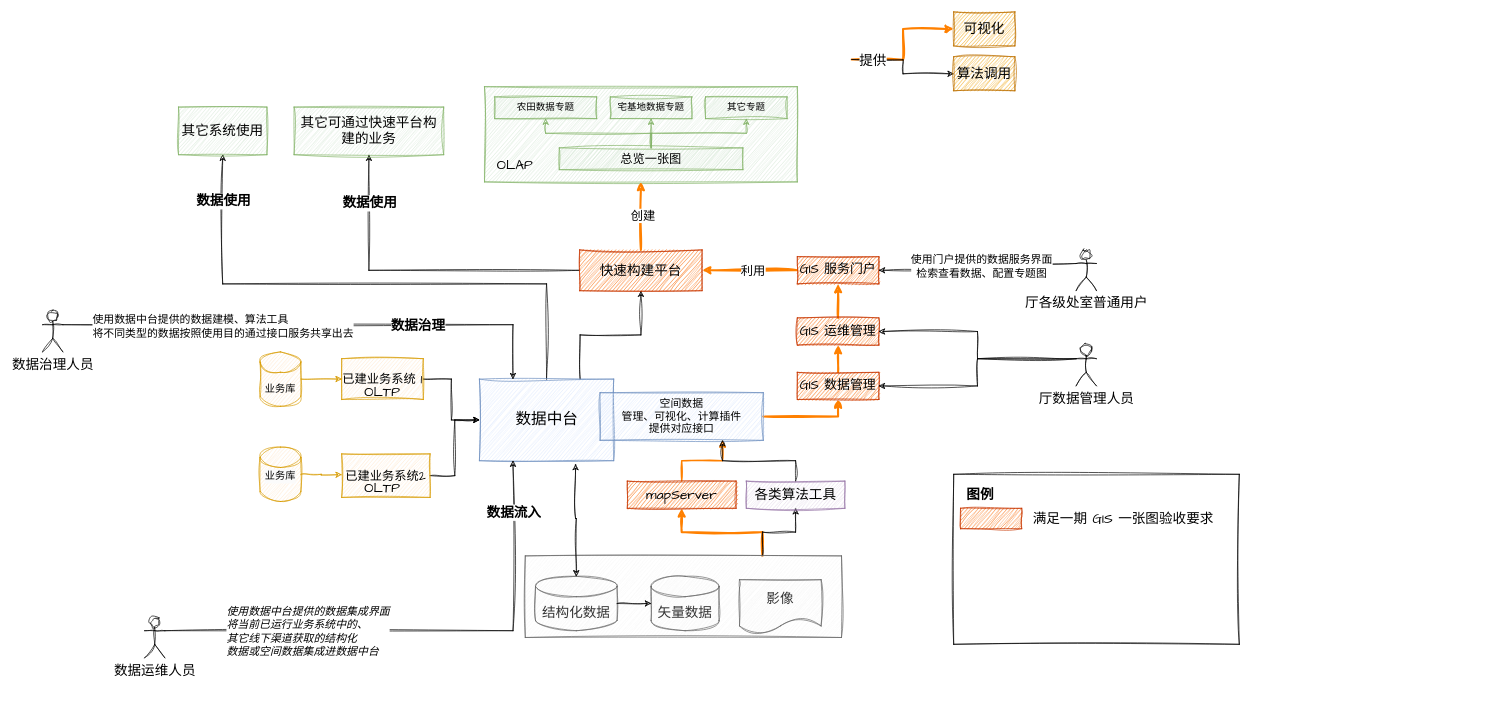
GISering/diagram keeps this draw.io diagram as page "20230109" (4 of 4) of GIS 一张图.drawio. Above is the earlier version. Source tidied: cells renumbered, new cells numbered last; positions are measured from the earlier drawing's top-left corner, leaving out a move shared by most shapes. Both pictures are drawn from the tidied source at 68%, with x=0, y=0 at pixel (42, 12).
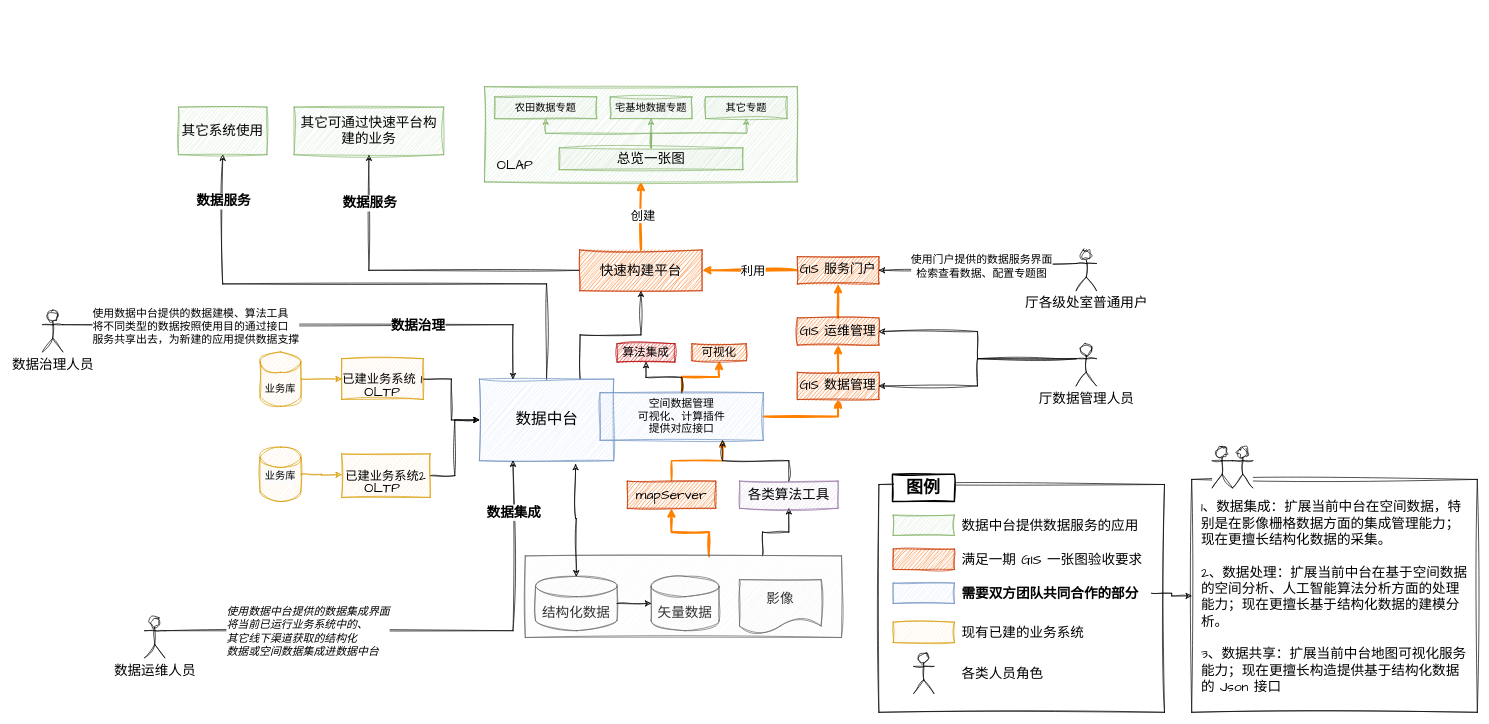
The same diagram, later.

Commit message:
更新GIS 一张图.drawio

The change refers to these unchanged cells:
```xml
<mxCell id="4" style="edgeStyle=orthogonalEdgeStyle;rounded=0;sketch=1;hachureGap=4;jiggle=2;curveFitting=1;jettySize=auto;html=1;exitX=0.5;exitY=0;exitDx=0;exitDy=0;entryX=0.5;entryY=1;entryDx=0;entryDy=0;fontFamily=Architects Daughter;fontSize=16;" parent="1" edge="1" source="6" target="47">
  <mxGeometry relative="1" as="geometry">
    <Array as="points">
      <mxPoint x="741" y="400" />
      <mxPoint x="265" y="400" />
    </Array>
  </mxGeometry>
</mxCell>
<mxCell id="14" style="rounded=0;whiteSpace=wrap;html=1;sketch=1;hachureGap=4;jiggle=2;curveFitting=1;fontFamily=Architects Daughter;fontSize=20;fillColor=#f5f5f5;fontColor=#333333;strokeColor=#666666;" parent="1" vertex="1">
  <mxGeometry x="710" y="800" width="465" height="120" as="geometry" />
</mxCell>
<mxCell id="43" style="edgeStyle=orthogonalEdgeStyle;rounded=0;sketch=1;hachureGap=4;jiggle=2;curveFitting=1;jettySize=auto;html=1;exitX=0;exitY=0.5;exitDx=0;exitDy=0;entryX=0.5;entryY=1;entryDx=0;entryDy=0;fontFamily=Architects Daughter;fontSize=16;" parent="1" edge="1" source="45" target="46">
  <mxGeometry relative="1" as="geometry" />
</mxCell>
<mxCell id="52" style="edgeStyle=orthogonalEdgeStyle;rounded=0;sketch=1;hachureGap=4;jiggle=2;curveFitting=1;jettySize=auto;html=1;exitX=1;exitY=0.3333333333333333;exitDx=0;exitDy=0;exitPerimeter=0;entryX=0.25;entryY=1;entryDx=0;entryDy=0;fontFamily=Architects Daughter;fontSize=16;" parent="1" edge="1" source="51" target="6">
  <mxGeometry relative="1" as="geometry" />
</mxCell>
<mxCell id="56" style="edgeStyle=orthogonalEdgeStyle;rounded=0;sketch=1;hachureGap=4;jiggle=2;curveFitting=1;jettySize=auto;html=1;exitX=1;exitY=0.3333333333333333;exitDx=0;exitDy=0;exitPerimeter=0;entryX=0.25;entryY=0;entryDx=0;entryDy=0;fontFamily=Architects Daughter;fontSize=16;align=left;" parent="1" edge="1" source="59" target="6">
  <mxGeometry relative="1" as="geometry">
    <Array as="points">
      <mxPoint x="30" y="460" />
      <mxPoint x="692" y="460" />
    </Array>
  </mxGeometry>
</mxCell>
```

Change to the diagram source:
```diff
@@
     <mxCell id="2" style="rounded=0;whiteSpace=wrap;html=1;sketch=1;hachureGap=4;jiggle=2;curveFitting=1;fontFamily=Architects Daughter;fontSize=20;" parent="1" vertex="1">
-      <mxGeometry x="1340" y="680" width="420" height="250" as="geometry" />
+      <mxGeometry x="1230" y="695" width="420" height="335" as="geometry" />
     </mxCell>
@@
-    <mxCell id="5" value="数据使用" style="edgeLabel;html=1;align=center;verticalAlign=middle;fontSize=20;fontFamily=Architects Daughter;fontStyle=1;" parent="4" vertex="1">
+    <mxCell id="5" value="数据服务" style="edgeLabel;html=1;align=center;verticalAlign=middle;fontSize=20;fontFamily=Architects Daughter;fontStyle=1;" parent="4" vertex="1">
       <mxGeometry x="-0.76" y="2" relative="1" as="geometry">
         <mxPoint x="-474" y="-165" as="offset" />
       </mxGeometry>
     </mxCell>
@@
-    <mxCell id="7" style="edgeStyle=orthogonalEdgeStyle;rounded=0;sketch=1;hachureGap=4;jiggle=2;curveFitting=1;jettySize=auto;html=1;exitX=1;exitY=0.5;exitDx=0;exitDy=0;entryX=0;entryY=0.5;entryDx=0;entryDy=0;fontFamily=Architects Daughter;fontSize=16;strokeColor=#FF8000;strokeWidth=3;" parent="1" edge="1" target="49">
-      <mxGeometry relative="1" as="geometry">
-        <mxPoint x="1190" y="70" as="sourcePoint" />
-      </mxGeometry>
-    </mxCell>
-    <mxCell id="8" style="edgeStyle=orthogonalEdgeStyle;rounded=0;sketch=1;hachureGap=4;jiggle=2;curveFitting=1;jettySize=auto;html=1;exitX=1;exitY=0.5;exitDx=0;exitDy=0;entryX=0;entryY=0.5;entryDx=0;entryDy=0;fontFamily=Architects Daughter;fontSize=16;" parent="1" edge="1" target="50">
-      <mxGeometry relative="1" as="geometry">
-        <mxPoint x="1190" y="70" as="sourcePoint" />
-      </mxGeometry>
-    </mxCell>
-    <mxCell id="9" value="提供" style="edgeLabel;html=1;align=center;verticalAlign=middle;fontSize=20;fontFamily=Architects Daughter;" parent="8" vertex="1">
-      <mxGeometry x="-0.64" relative="1" as="geometry" />
-    </mxCell>
@@
+    <mxCell id="76" style="edgeStyle=orthogonalEdgeStyle;rounded=0;sketch=1;hachureGap=4;jiggle=2;curveFitting=1;jettySize=auto;html=1;exitX=0.5;exitY=0;exitDx=0;exitDy=0;entryX=0.5;entryY=1;entryDx=0;entryDy=0;fontFamily=Architects Daughter;fontSize=16;fillColor=#fa6800;strokeColor=#FF8000;strokeWidth=3;" parent="1" edge="1" source="11" target="49">
+      <mxGeometry relative="1" as="geometry" />
+    </mxCell>
+    <mxCell id="77" style="edgeStyle=orthogonalEdgeStyle;rounded=0;sketch=1;hachureGap=4;jiggle=2;curveFitting=1;jettySize=auto;html=1;exitX=0.5;exitY=0;exitDx=0;exitDy=0;entryX=0.5;entryY=1;entryDx=0;entryDy=0;fontFamily=Architects Daughter;fontSize=16;" parent="1" edge="1" source="11" target="50">
+      <mxGeometry relative="1" as="geometry" />
+    </mxCell>
-    <mxCell id="11" value="空间数据&lt;br&gt;管理、可视化、计算插件&lt;br&gt;提供对应接口" style="rounded=0;whiteSpace=wrap;html=1;sketch=1;hachureGap=4;jiggle=2;curveFitting=1;fontFamily=Architects Daughter;fontSize=16;fillColor=#dae8fc;strokeColor=#6c8ebf;" parent="1" vertex="1">
+    <mxCell id="11" value="空间数据管理&lt;br&gt;可视化、计算插件&lt;br&gt;提供对应接口" style="rounded=0;whiteSpace=wrap;html=1;sketch=1;hachureGap=4;jiggle=2;curveFitting=1;fontFamily=Architects Daughter;fontSize=16;fillColor=#dae8fc;strokeColor=#6c8ebf;" parent="1" vertex="1">
       <mxGeometry x="820" y="560" width="240" height="70" as="geometry" />
     </mxCell>
-    <mxCell id="12" style="edgeStyle=orthogonalEdgeStyle;rounded=0;sketch=1;hachureGap=4;jiggle=2;curveFitting=1;jettySize=auto;html=1;exitX=0.75;exitY=0;exitDx=0;exitDy=0;entryX=0.5;entryY=1;entryDx=0;entryDy=0;fontFamily=Architects Daughter;fontSize=16;strokeColor=#FF8000;strokeWidth=3;" parent="1" edge="1" source="14" target="19">
+    <mxCell id="12" style="edgeStyle=orthogonalEdgeStyle;rounded=0;sketch=1;hachureGap=4;jiggle=2;curveFitting=1;jettySize=auto;html=1;exitX=0.581;exitY=0.008;exitDx=0;exitDy=0;entryX=0.5;entryY=1;entryDx=0;entryDy=0;fontFamily=Architects Daughter;fontSize=16;strokeColor=#FF8000;strokeWidth=3;exitPerimeter=0;" parent="1" edge="1" source="14" target="19">
       <mxGeometry relative="1" as="geometry" />
     </mxCell>
@@
     <mxCell id="19" value="mapServer" style="rounded=0;whiteSpace=wrap;html=1;sketch=1;hachureGap=4;jiggle=2;curveFitting=1;fontFamily=Architects Daughter;fontSize=20;fillColor=#fa6800;strokeColor=#C73500;fontColor=#000000;" parent="1" vertex="1">
-      <mxGeometry x="860" y="690" width="160" height="40" as="geometry" />
+      <mxGeometry x="860" y="690" width="130" height="40" as="geometry" />
     </mxCell>
@@
     <mxCell id="21" value="各类算法工具" style="rounded=0;whiteSpace=wrap;html=1;sketch=1;hachureGap=4;jiggle=2;curveFitting=1;fontFamily=Architects Daughter;fontSize=20;fillColor=#e1d5e7;strokeColor=#9673a6;" parent="1" vertex="1">
-      <mxGeometry x="1035" y="690" width="145" height="40" as="geometry" />
+      <mxGeometry x="1025" y="690" width="145" height="40" as="geometry" />
     </mxCell>
@@
-    <mxCell id="34" value="总览一张图" style="rounded=0;whiteSpace=wrap;html=1;sketch=1;hachureGap=4;jiggle=2;curveFitting=1;fontFamily=Architects Daughter;fontSize=18;fillColor=#d5e8d4;strokeColor=#82b366;" parent="1" vertex="1">
+    <mxCell id="34" value="总览一张图" style="rounded=0;whiteSpace=wrap;html=1;sketch=1;hachureGap=4;jiggle=2;curveFitting=1;fontFamily=Architects Daughter;fontSize=20;fillColor=#d5e8d4;strokeColor=#82b366;" parent="1" vertex="1">
       <mxGeometry x="760" y="200" width="270" height="32" as="geometry" />
     </mxCell>
-    <mxCell id="35" value="农田数据专题" style="rounded=0;whiteSpace=wrap;html=1;sketch=1;hachureGap=4;jiggle=2;curveFitting=1;fontFamily=Architects Daughter;fontSize=14;fillColor=#d5e8d4;strokeColor=#82b366;" parent="1" vertex="1">
+    <mxCell id="35" value="农田数据专题" style="rounded=0;whiteSpace=wrap;html=1;sketch=1;hachureGap=4;jiggle=2;curveFitting=1;fontFamily=Architects Daughter;fontSize=15;fillColor=#d5e8d4;strokeColor=#82b366;" parent="1" vertex="1">
       <mxGeometry x="665" y="125" width="150" height="32" as="geometry" />
     </mxCell>
-    <mxCell id="36" value="宅基地数据专题" style="rounded=0;whiteSpace=wrap;html=1;sketch=1;hachureGap=4;jiggle=2;curveFitting=1;fontFamily=Architects Daughter;fontSize=14;fillColor=#d5e8d4;strokeColor=#82b366;" parent="1" vertex="1">
+    <mxCell id="36" value="宅基地数据专题" style="rounded=0;whiteSpace=wrap;html=1;sketch=1;hachureGap=4;jiggle=2;curveFitting=1;fontFamily=Architects Daughter;fontSize=15;fillColor=#d5e8d4;strokeColor=#82b366;" parent="1" vertex="1">
       <mxGeometry x="835" y="125" width="120" height="32" as="geometry" />
     </mxCell>
-    <mxCell id="37" value="其它专题" style="rounded=0;whiteSpace=wrap;html=1;sketch=1;hachureGap=4;jiggle=2;curveFitting=1;fontFamily=Architects Daughter;fontSize=14;fillColor=#d5e8d4;strokeColor=#82b366;" parent="1" vertex="1">
+    <mxCell id="37" value="其它专题" style="rounded=0;whiteSpace=wrap;html=1;sketch=1;hachureGap=4;jiggle=2;curveFitting=1;fontFamily=Architects Daughter;fontSize=15;fillColor=#d5e8d4;strokeColor=#82b366;" parent="1" vertex="1">
       <mxGeometry x="975" y="125" width="120" height="32" as="geometry" />
     </mxCell>
@@
-    <mxCell id="44" value="数据使用" style="edgeLabel;html=1;align=center;verticalAlign=middle;fontSize=20;fontFamily=Architects Daughter;fontStyle=1;" parent="43" vertex="1">
+    <mxCell id="44" value="数据服务" style="edgeLabel;html=1;align=center;verticalAlign=middle;fontSize=20;fontFamily=Architects Daughter;fontStyle=1;" parent="43" vertex="1">
       <mxGeometry x="0.69" y="-5" relative="1" as="geometry">
         <mxPoint x="-5" y="-4" as="offset" />
       </mxGeometry>
     </mxCell>
@@
-    <mxCell id="49" value="可视化" style="rounded=0;whiteSpace=wrap;html=1;sketch=1;hachureGap=4;jiggle=2;curveFitting=1;fontFamily=Architects Daughter;fontSize=20;fillColor=#f0a30a;strokeColor=#BD7000;fontColor=#000000;" parent="1" vertex="1">
-      <mxGeometry x="1340" width="90" height="50" as="geometry" />
+    <mxCell id="49" value="可视化" style="rounded=0;whiteSpace=wrap;html=1;sketch=1;hachureGap=4;jiggle=2;curveFitting=1;fontFamily=Architects Daughter;fontSize=17;fillColor=#fa6800;strokeColor=#C73500;fontColor=#000000;" parent="1" vertex="1">
+      <mxGeometry x="955" y="488" width="80" height="25" as="geometry" />
     </mxCell>
-    <mxCell id="50" value="算法调用" style="rounded=0;whiteSpace=wrap;html=1;sketch=1;hachureGap=4;jiggle=2;curveFitting=1;fontFamily=Architects Daughter;fontSize=20;fillColor=#f0a30a;strokeColor=#BD7000;fontColor=#000000;" parent="1" vertex="1">
-      <mxGeometry x="1340" y="66" width="90" height="50" as="geometry" />
+    <mxCell id="50" value="算法集成" style="rounded=0;whiteSpace=wrap;html=1;sketch=1;hachureGap=4;jiggle=2;curveFitting=1;fontFamily=Architects Daughter;fontSize=17;fillColor=#e51400;strokeColor=#B20000;fontColor=#000000;" parent="1" vertex="1">
+      <mxGeometry x="845" y="488" width="85" height="27" as="geometry" />
     </mxCell>
@@
-    <mxCell id="54" value="数据流入" style="edgeLabel;html=1;align=center;verticalAlign=middle;fontSize=20;fontFamily=Architects Daughter;fontStyle=1;" parent="52" vertex="1">
+    <mxCell id="54" value="数据集成" style="edgeLabel;html=1;align=center;verticalAlign=middle;fontSize=20;fontFamily=Architects Daughter;fontStyle=1;" parent="52" vertex="1">
       <mxGeometry x="0.8" y="-1" relative="1" as="geometry" />
     </mxCell>
@@
-    <mxCell id="57" value="使用数据中台提供的数据建模、算法工具&lt;br style=&quot;font-size: 16px;&quot;&gt;将不同类型的数据按照使用目的通过接口服务共享出去" style="edgeLabel;html=1;align=left;verticalAlign=middle;fontSize=16;fontFamily=Architects Daughter;" parent="56" vertex="1">
+    <mxCell id="57" value="使用数据中台提供的数据建模、算法工具&lt;br style=&quot;font-size: 16px;&quot;&gt;将不同类型的数据按照使用目的通过接口&lt;br&gt;服务共享出去，为新建的应用提供数据支撑" style="edgeLabel;html=1;align=left;verticalAlign=middle;fontSize=16;fontFamily=Architects Daughter;" parent="56" vertex="1">
       <mxGeometry x="-0.65" y="-2" relative="1" as="geometry">
         <mxPoint x="-88" as="offset" />
       </mxGeometry>
     </mxCell>
@@
     <mxCell id="73" style="rounded=0;whiteSpace=wrap;html=1;sketch=1;hachureGap=4;jiggle=2;curveFitting=1;fontFamily=Architects Daughter;fontSize=20;fillColor=#fa6800;strokeColor=#C73500;fontColor=#000000;" parent="1" vertex="1">
-      <mxGeometry x="1350" y="730" width="90" height="30" as="geometry" />
+      <mxGeometry x="1251" y="790" width="90" height="30" as="geometry" />
     </mxCell>
-    <mxCell id="74" value="图例" style="text;html=1;strokeColor=none;fillColor=none;align=center;verticalAlign=middle;whiteSpace=wrap;rounded=0;fontSize=20;fontFamily=Architects Daughter;fontStyle=1;" parent="1" vertex="1">
-      <mxGeometry x="1349" y="695" width="60" height="30" as="geometry" />
+    <mxCell id="74" value="图例" style="text;html=1;align=center;verticalAlign=middle;whiteSpace=wrap;rounded=0;fontSize=25;fontFamily=Architects Daughter;fontStyle=1;fillColor=default;strokeColor=default;strokeWidth=2;sketch=1;curveFitting=1;jiggle=2;" parent="1" vertex="1">
+      <mxGeometry x="1250" y="680" width="91" height="40" as="geometry" />
     </mxCell>
-    <mxCell id="75" value="满足一期 GIS 一张图验收要求" style="text;html=1;strokeColor=none;fillColor=none;align=center;verticalAlign=middle;whiteSpace=wrap;rounded=0;fontSize=20;fontFamily=Architects Daughter;" parent="1" vertex="1">
-      <mxGeometry x="1449" y="730" width="281" height="30" as="geometry" />
+    <mxCell id="75" value="满足一期 GIS 一张图验收要求" style="text;html=1;strokeColor=none;fillColor=none;align=left;verticalAlign=middle;whiteSpace=wrap;rounded=0;fontSize=20;fontFamily=Architects Daughter;" parent="1" vertex="1">
+      <mxGeometry x="1350" y="790" width="281" height="30" as="geometry" />
     </mxCell>
+    <mxCell id="78" style="rounded=0;whiteSpace=wrap;html=1;sketch=1;hachureGap=4;jiggle=2;curveFitting=1;fontFamily=Architects Daughter;fontSize=20;fillColor=#dae8fc;strokeColor=#6c8ebf;" parent="1" vertex="1">
+      <mxGeometry x="1251" y="840" width="90" height="30" as="geometry" />
+    </mxCell>
+    <mxCell id="79" style="edgeStyle=orthogonalEdgeStyle;rounded=0;sketch=1;hachureGap=4;jiggle=2;curveFitting=1;jettySize=auto;html=1;exitX=1;exitY=0.5;exitDx=0;exitDy=0;fontFamily=Architects Daughter;fontSize=16;" parent="1" edge="1" source="80" target="87">
+      <mxGeometry relative="1" as="geometry" />
+    </mxCell>
+    <mxCell id="80" value="需要双方团队共同合作的部分" style="text;html=1;strokeColor=none;fillColor=none;align=left;verticalAlign=middle;whiteSpace=wrap;rounded=0;fontSize=20;fontFamily=Architects Daughter;fontStyle=1;" parent="1" vertex="1">
+      <mxGeometry x="1350" y="840" width="281" height="30" as="geometry" />
+    </mxCell>
+    <mxCell id="81" style="rounded=0;whiteSpace=wrap;html=1;sketch=1;hachureGap=4;jiggle=2;curveFitting=1;fontFamily=Architects Daughter;fontSize=20;fillColor=#d5e8d4;strokeColor=#82b366;" parent="1" vertex="1">
+      <mxGeometry x="1251" y="740" width="90" height="30" as="geometry" />
+    </mxCell>
+    <mxCell id="82" value="数据中台提供数据服务的应用" style="text;html=1;strokeColor=none;fillColor=none;align=left;verticalAlign=middle;whiteSpace=wrap;rounded=0;fontSize=20;fontFamily=Architects Daughter;" parent="1" vertex="1">
+      <mxGeometry x="1350" y="740" width="281" height="30" as="geometry" />
+    </mxCell>
+    <mxCell id="83" style="rounded=0;whiteSpace=wrap;html=1;sketch=1;hachureGap=4;jiggle=2;curveFitting=1;fontFamily=Architects Daughter;fontSize=20;fillColor=#ffe6cc;strokeColor=#d79b00;" parent="1" vertex="1">
+      <mxGeometry x="1251" y="897.5" width="90" height="30" as="geometry" />
+    </mxCell>
+    <mxCell id="84" value="现有已建的业务系统" style="text;html=1;strokeColor=none;fillColor=none;align=left;verticalAlign=middle;whiteSpace=wrap;rounded=0;fontSize=20;fontFamily=Architects Daughter;" parent="1" vertex="1">
+      <mxGeometry x="1350" y="897.5" width="281" height="30" as="geometry" />
+    </mxCell>
+    <mxCell id="85" style="shape=umlActor;verticalLabelPosition=bottom;verticalAlign=top;html=1;sketch=1;hachureGap=4;jiggle=2;curveFitting=1;fontFamily=Architects Daughter;fontSize=20;" parent="1" vertex="1">
+      <mxGeometry x="1281" y="942.5" width="30" height="60" as="geometry" />
+    </mxCell>
+    <mxCell id="86" value="各类人员角色" style="text;html=1;strokeColor=none;fillColor=none;align=left;verticalAlign=middle;whiteSpace=wrap;rounded=0;fontSize=20;fontFamily=Architects Daughter;" parent="1" vertex="1">
+      <mxGeometry x="1350" y="957.5" width="281" height="30" as="geometry" />
+    </mxCell>
+    <mxCell id="87" value="1、数据集成：扩展当前中台在空间数据，特别是在影像栅格数据方面的集成管理能力；现在更擅长结构化数据的采集。&lt;br&gt;&lt;br&gt;2、数据处理：扩展当前中台在基于空间数据的空间分析、人工智能算法分析方面的处理能力；现在更擅长基于结构化数据的建模分析。&lt;br&gt;&lt;br&gt;3、数据共享：扩展当前中台地图可视化服务能力；现在更擅长构造提供基于结构化数据的 Json 接口" style="rounded=0;whiteSpace=wrap;html=1;sketch=1;hachureGap=4;jiggle=2;curveFitting=1;fontFamily=Architects Daughter;fontSize=20;align=left;spacingTop=2;spacingLeft=12;spacingRight=12;" parent="1" vertex="1">
+      <mxGeometry x="1690" y="687.5" width="420" height="342.5" as="geometry" />
+    </mxCell>
+    <mxCell id="88" style="group;fillColor=default;" parent="1" vertex="1">
+      <mxGeometry x="1720" y="640" width="60" height="60" as="geometry" />
+    </mxCell>
+    <mxCell id="89" style="shape=umlActor;verticalLabelPosition=bottom;verticalAlign=top;html=1;sketch=1;hachureGap=4;jiggle=2;curveFitting=1;fontFamily=Architects Daughter;fontSize=20;" parent="88" vertex="1">
+      <mxGeometry width="30" height="60" as="geometry" />
+    </mxCell>
+    <mxCell id="90" style="shape=umlActor;verticalLabelPosition=bottom;verticalAlign=top;html=1;sketch=1;hachureGap=4;jiggle=2;curveFitting=1;fontFamily=Architects Daughter;fontSize=20;" parent="88" vertex="1">
+      <mxGeometry x="30" width="30" height="60" as="geometry" />
+    </mxCell>
```
